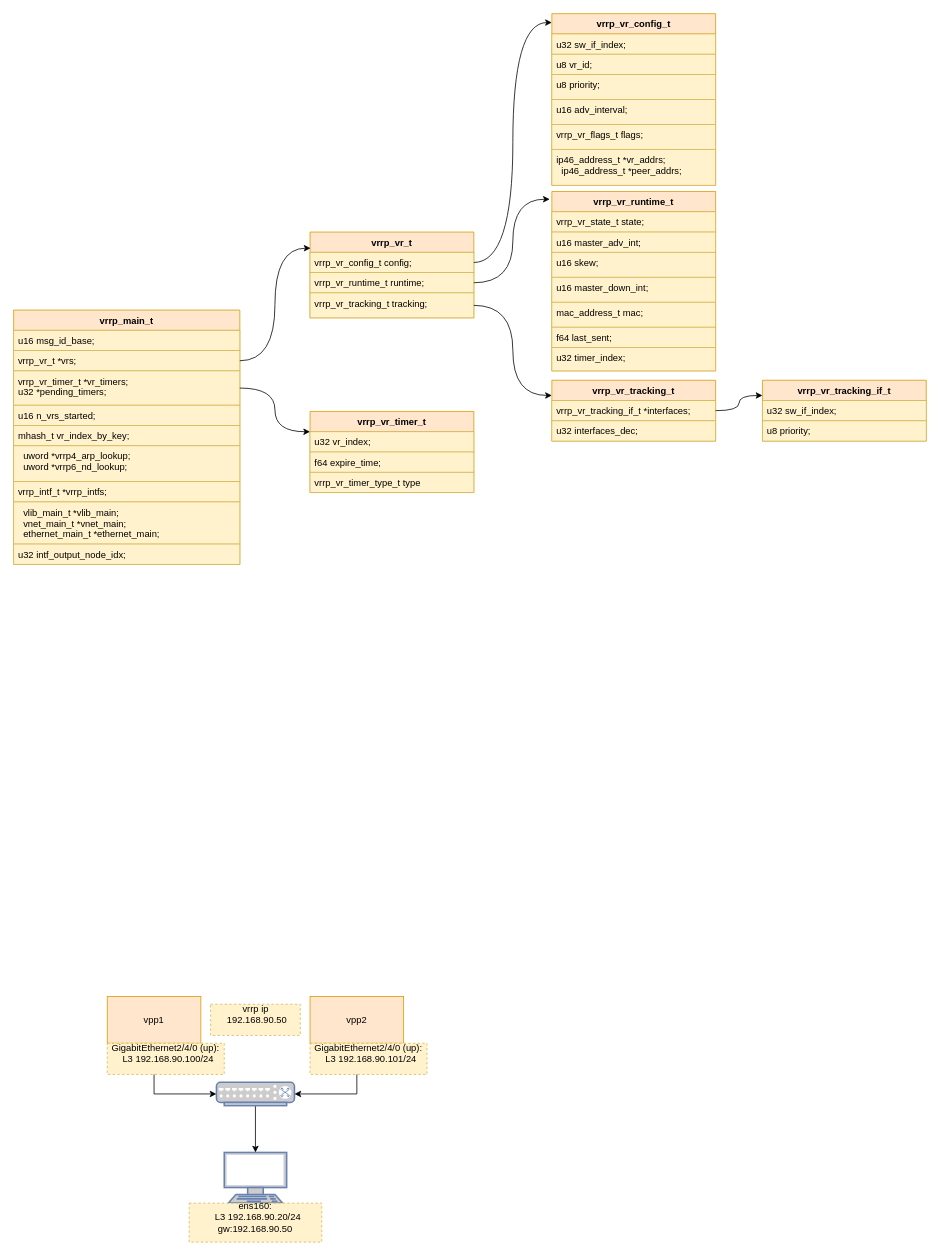
This is new_map/vrrp.drawio from jin13417/dpdk-vpp-learning, a draw.io file, before an edit. Source tidied: cells renumbered, new cells numbered last; positions are measured from the earlier drawing's top-left corner, leaving out a move shared by most shapes. Both pictures are drawn from the tidied source at 78%, with x=0, y=0 at pixel (13, 13).
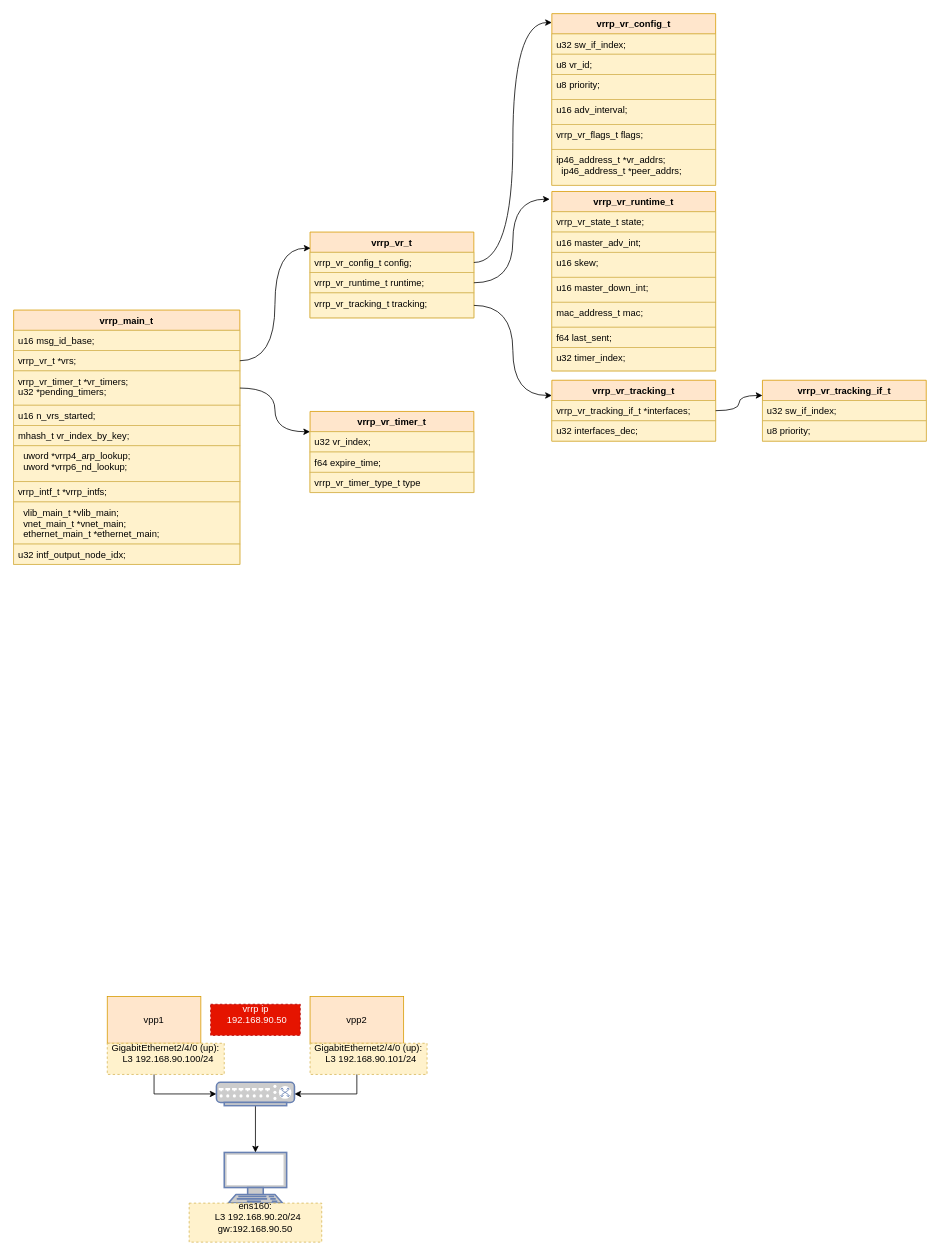
The same diagram, later.

The edit, as a diff of the source:
```diff
@@
-    <mxCell id="12" value="&lt;div&gt;vrrp ip&lt;/div&gt;&lt;div&gt;&lt;span&gt;&amp;nbsp;192.168.90.50&lt;/span&gt;&lt;/div&gt;&lt;div&gt;&lt;br&gt;&lt;/div&gt;" style="text;html=1;strokeColor=#d6b656;fillColor=#fff2cc;align=center;verticalAlign=middle;whiteSpace=wrap;rounded=0;dashed=1;" parent="1" vertex="1">
+    <mxCell id="12" value="&lt;div&gt;vrrp ip&lt;/div&gt;&lt;div&gt;&lt;span&gt;&amp;nbsp;192.168.90.50&lt;/span&gt;&lt;/div&gt;&lt;div&gt;&lt;br&gt;&lt;/div&gt;" style="text;html=1;strokeColor=#B20000;fillColor=#e51400;align=center;verticalAlign=middle;whiteSpace=wrap;rounded=0;dashed=1;fontColor=#ffffff;" parent="1" vertex="1">
       <mxGeometry x="252.5" y="1270" width="115" height="40" as="geometry" />
     </mxCell>
```
